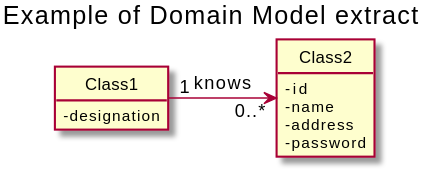
This is docs/Sprint1/US013/US13-MD.svg from nunogon1211787/projectManagement, a PlantUML export, as it was before one commit.
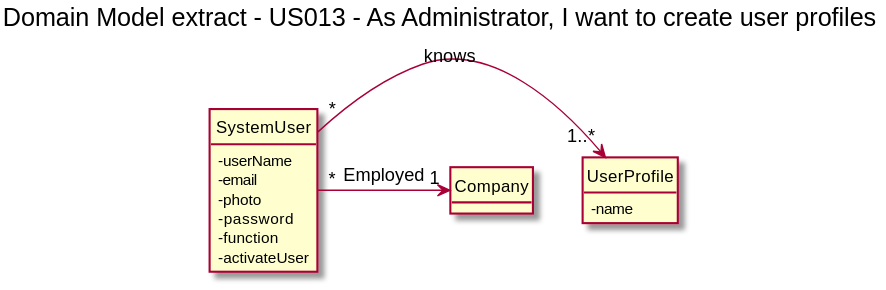
After the commit.

What changed in the source:
```diff
@@ -3,19 +3,25 @@
 skinparam classAttributeIconSize 0
 hide methods
 
-title Example of Domain Model extract
+title Domain Model extract - US013 - As Administrator, I want to create user profiles
 
-class Class1 {
-    -designation
+class Company {
 }
 
-class Class2 {
-    -id
-    -name
-    -address
-    -password
+class SystemUser{
+      - userName
+      - email
+      - photo
+      - password
+      - function
+      - activateUser
+      }
+
+class UserProfile {
+    - name
 }
 
-Class1 "1" -> "0..*" Class2: knows
+SystemUser "*" -> "1..*" UserProfile: knows
+SystemUser "*" -> "1" Company: Employed
 
 @enduml
```
